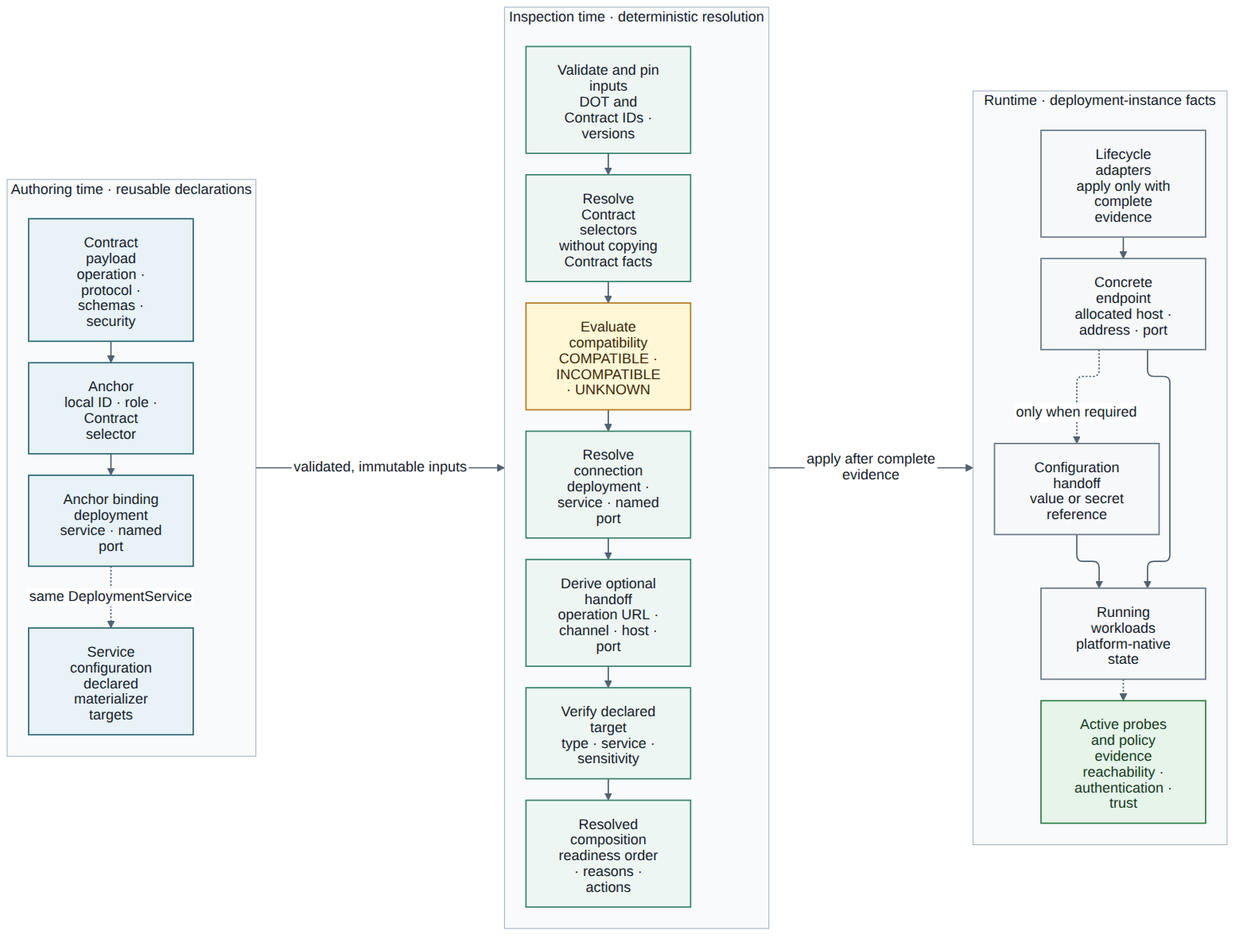
Above: DOT-Design/next/dot-design/_images/diagrams/composition-resolution-stages.png in MARE-EU-Project/DOT-Docs (Mermaid), before the change. Its source is kept beside it as DOT-Design/next/dot-design/_attachments/diagrams/composition-resolution-stages.mmd.
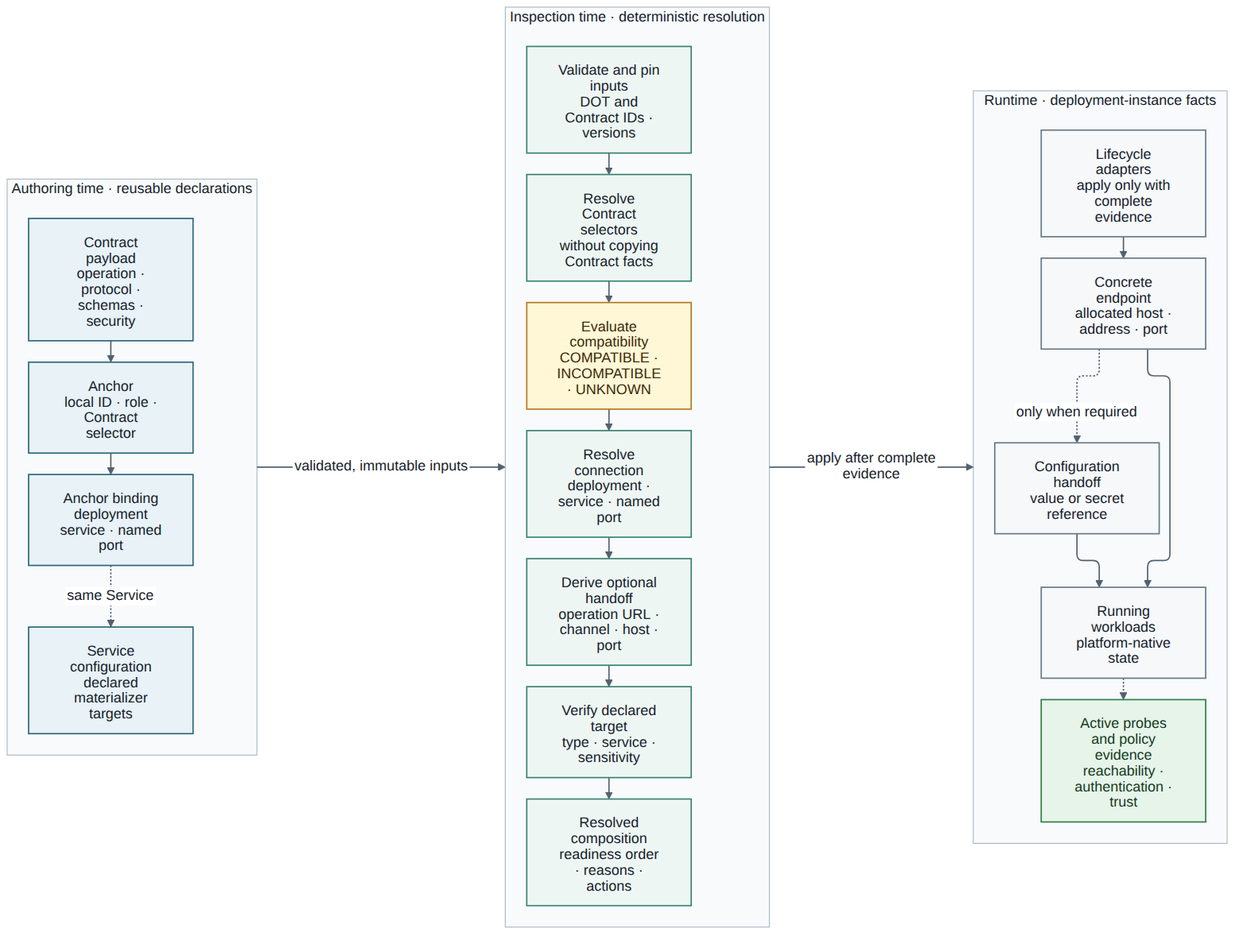
The same diagram one commit later.

Diff of the diagram source:
```diff
@@ -10,7 +10,7 @@
     Config["Service configuration<br/>declared materializer targets"]
     Contract --> Anchor
     Anchor --> Binding
-    Binding -.->|same DeploymentService| Config
+    Binding -.->|same Service| Config
   end
 
   subgraph ResolutionStage["Inspection time · deterministic resolution"]
```
